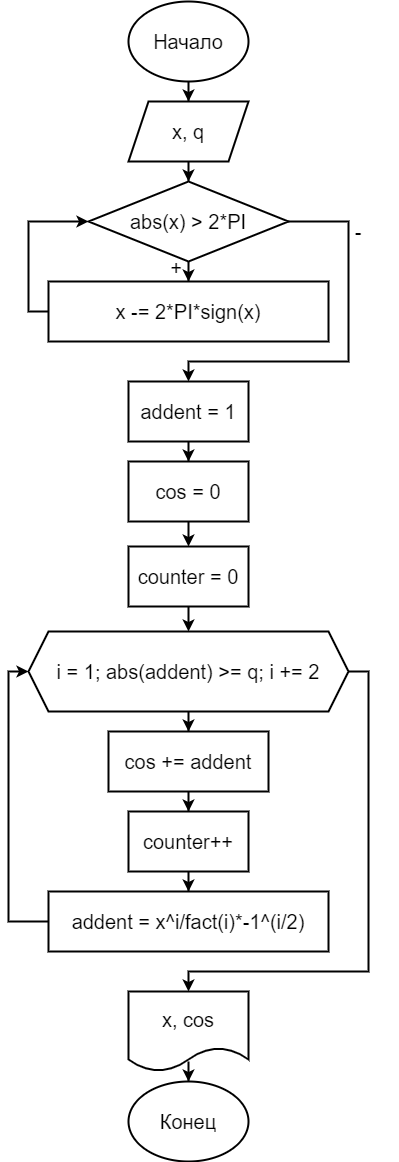
Before: Lab2.4/Lab2.4.drawio.png, a diagram exported from draw.io (ga1kokuj1n/Lab2). Source tidied: cells renumbered, new cells last; positions are measured from the earlier drawing's top-left corner, leaving out a move shared by most shapes.
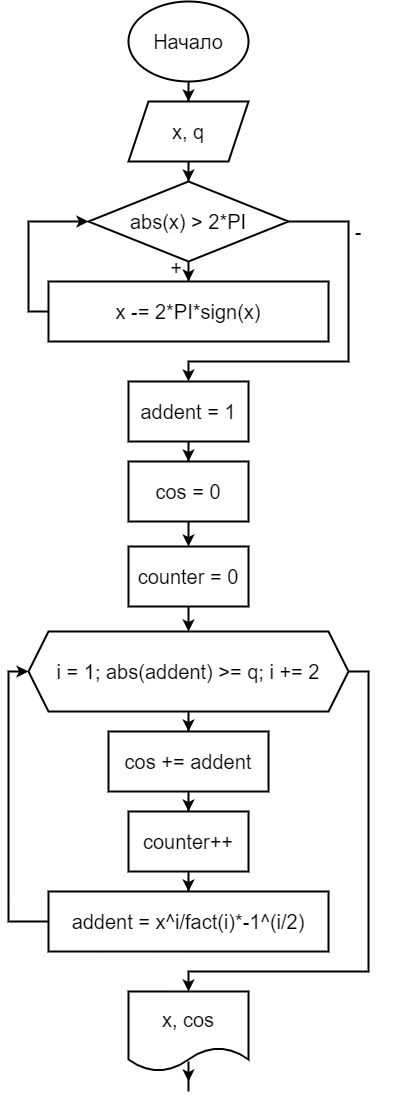
Later version of the same file.

Diff of the diagram source:
```diff
@@ -84,15 +84,14 @@
     <mxCell id="21" value="addent = x^i/fact(i)*-1^(i/2)" style="rounded=0;whiteSpace=wrap;html=1;fontSize=20;strokeWidth=2;" parent="1" vertex="1">
       <mxGeometry x="40" y="890" width="280" height="60" as="geometry" />
     </mxCell>
-    <mxCell id="22" style="edgeStyle=orthogonalEdgeStyle;rounded=0;jettySize=auto;html=1;entryX=0.5;entryY=0;entryDx=0;entryDy=0;fontSize=20;strokeWidth=2;" parent="1" edge="1" source="23" target="24">
-      <mxGeometry relative="1" as="geometry" />
+    <mxCell id="22" style="edgeStyle=orthogonalEdgeStyle;rounded=0;jettySize=auto;html=1;entryX=0.5;entryY=0;entryDx=0;entryDy=0;fontSize=20;strokeWidth=2;" parent="1" edge="1" source="23">
+      <mxGeometry relative="1" as="geometry">
+        <mxPoint x="180" y="1080" as="targetPoint" />
+      </mxGeometry>
     </mxCell>
     <mxCell id="23" value="x, cos" style="shape=document;whiteSpace=wrap;html=1;boundedLbl=1;fontSize=20;strokeWidth=2;" parent="1" vertex="1">
       <mxGeometry x="120" y="990" width="120" height="80" as="geometry" />
     </mxCell>
-    <mxCell id="24" value="&lt;span style=&quot;font-size: 20px&quot;&gt;Конец&lt;br&gt;&lt;/span&gt;" style="ellipse;whiteSpace=wrap;html=1;strokeWidth=2;" parent="1" vertex="1">
-      <mxGeometry x="120" y="1080" width="120" height="80" as="geometry" />
-    </mxCell>
     <mxCell id="25" style="edgeStyle=orthogonalEdgeStyle;rounded=0;jettySize=auto;html=1;entryX=0.5;entryY=0;entryDx=0;entryDy=0;fontSize=20;strokeWidth=2;" parent="1" edge="1" source="26" target="21">
       <mxGeometry relative="1" as="geometry" />
     </mxCell>
```
